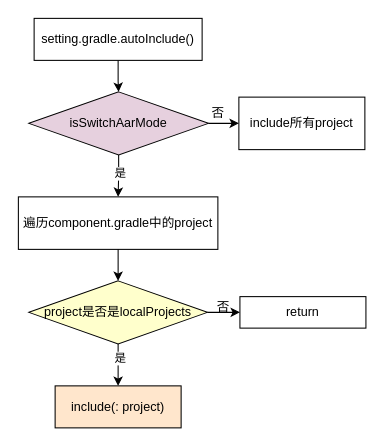
The draw.io diagram page "settinggradle流程图" (15 of 24) of T9.drawio in shinecjj/UML, before the edit. Source tidied: cells renumbered, new cells numbered last; positions are measured from the earlier drawing's top-left corner, leaving out a move shared by most shapes. Both pictures are drawn from the tidied source at 105%, with x=0, y=0 at pixel (18, 18).
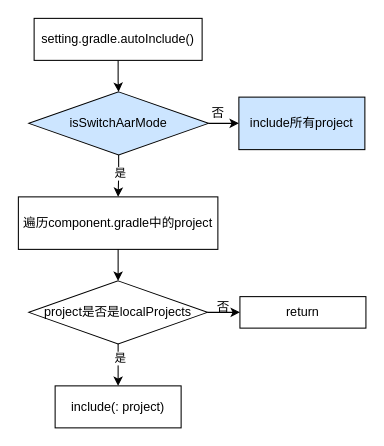
The same page after the edit.

What changed in the source:
```diff
@@
 <mxGraphModel>
   <root>
     <mxCell id="0" />
     <mxCell id="1" parent="0" />
     <mxCell id="2" style="edgeStyle=orthogonalEdgeStyle;rounded=0;jettySize=auto;html=1;" parent="1" edge="1" source="5" target="10">
       <mxGeometry relative="1" as="geometry" />
     </mxCell>
     <mxCell id="3" style="edgeStyle=orthogonalEdgeStyle;rounded=0;jettySize=auto;html=1;" parent="1" edge="1" source="5" target="12">
       <mxGeometry relative="1" as="geometry" />
     </mxCell>
     <mxCell id="4" value="是" style="edgeLabel;html=1;align=center;verticalAlign=middle;" parent="3" vertex="1">
       <mxGeometry x="-0.33" y="1" relative="1" as="geometry" />
     </mxCell>
-    <mxCell id="5" value="project是否是localProjects" style="rhombus;whiteSpace=wrap;html=1;strokeColor=#000000;fillColor=#FFFFCC;" parent="1" vertex="1">
+    <mxCell id="5" value="project是否是localProjects" style="rhombus;whiteSpace=wrap;html=1;strokeColor=#000000;fillColor=none;" parent="1" vertex="1">
       <mxGeometry x="10" y="250" width="170" height="60" as="geometry" />
     </mxCell>
     <mxCell id="6" style="edgeStyle=orthogonalEdgeStyle;rounded=0;jettySize=auto;html=1;" parent="1" edge="1" source="7" target="15">
       <mxGeometry relative="1" as="geometry" />
     </mxCell>
     <mxCell id="7" value="setting.gradle.autoInclude()" style="rounded=0;whiteSpace=wrap;html=1;strokeColor=#000000;fillColor=none;" parent="1" vertex="1">
       <mxGeometry x="15" width="160" height="40" as="geometry" />
     </mxCell>
     <mxCell id="8" style="edgeStyle=orthogonalEdgeStyle;rounded=0;jettySize=auto;html=1;" parent="1" edge="1" source="9" target="5">
       <mxGeometry relative="1" as="geometry" />
     </mxCell>
     <mxCell id="9" value="遍历component.gradle中的project" style="rounded=0;whiteSpace=wrap;html=1;strokeColor=#000000;fillColor=none;" parent="1" vertex="1">
       <mxGeometry y="170" width="190" height="50" as="geometry" />
     </mxCell>
     <mxCell id="10" value="return" style="whiteSpace=wrap;html=1;fillColor=none;" parent="1" vertex="1">
       <mxGeometry x="211" y="265" width="120" height="30" as="geometry" />
     </mxCell>
     <mxCell id="11" value="否" style="text;html=1;align=center;verticalAlign=middle;strokeColor=none;" parent="1" vertex="1">
       <mxGeometry x="180" y="265" width="30" height="20" as="geometry" />
     </mxCell>
-    <mxCell id="12" value="include(: project)" style="whiteSpace=wrap;html=1;fillColor=#FFE6CC;" parent="1" vertex="1">
+    <mxCell id="12" value="include(: project)" style="whiteSpace=wrap;html=1;fillColor=none;" parent="1" vertex="1">
       <mxGeometry x="35" y="350" width="120" height="40" as="geometry" />
     </mxCell>
     <mxCell id="13" style="edgeStyle=orthogonalEdgeStyle;rounded=0;jettySize=auto;html=1;" parent="1" edge="1" source="15" target="9">
       <mxGeometry relative="1" as="geometry" />
     </mxCell>
     <mxCell id="14" style="edgeStyle=orthogonalEdgeStyle;rounded=0;jettySize=auto;html=1;" parent="1" edge="1" source="15" target="17">
       <mxGeometry relative="1" as="geometry" />
     </mxCell>
-    <mxCell id="15" value="isSwitchAarMode" style="rhombus;whiteSpace=wrap;html=1;strokeColor=#000000;fillColor=#E6D0DE;" parent="1" vertex="1">
+    <mxCell id="15" value="isSwitchAarMode" style="rhombus;whiteSpace=wrap;html=1;strokeColor=#000000;fillColor=#CCE5FF;" parent="1" vertex="1">
       <mxGeometry x="10" y="70" width="171" height="60" as="geometry" />
     </mxCell>
     <mxCell id="16" value="是" style="edgeLabel;html=1;align=center;verticalAlign=middle;" parent="1" vertex="1">
       <mxGeometry x="106" y="373" as="geometry">
         <mxPoint x="-10" y="-226" as="offset" />
       </mxGeometry>
     </mxCell>
-    <mxCell id="17" value="include所有project" style="whiteSpace=wrap;html=1;fillColor=none;" parent="1" vertex="1">
+    <mxCell id="17" value="include所有project" style="whiteSpace=wrap;html=1;fillColor=#CCE5FF;" parent="1" vertex="1">
       <mxGeometry x="210" y="75" width="120" height="50" as="geometry" />
     </mxCell>
     <mxCell id="18" value="否" style="text;html=1;align=center;verticalAlign=middle;strokeColor=none;" parent="1" vertex="1">
       <mxGeometry x="175" y="80" width="30" height="20" as="geometry" />
     </mxCell>
   </root>
 </mxGraphModel>
```
